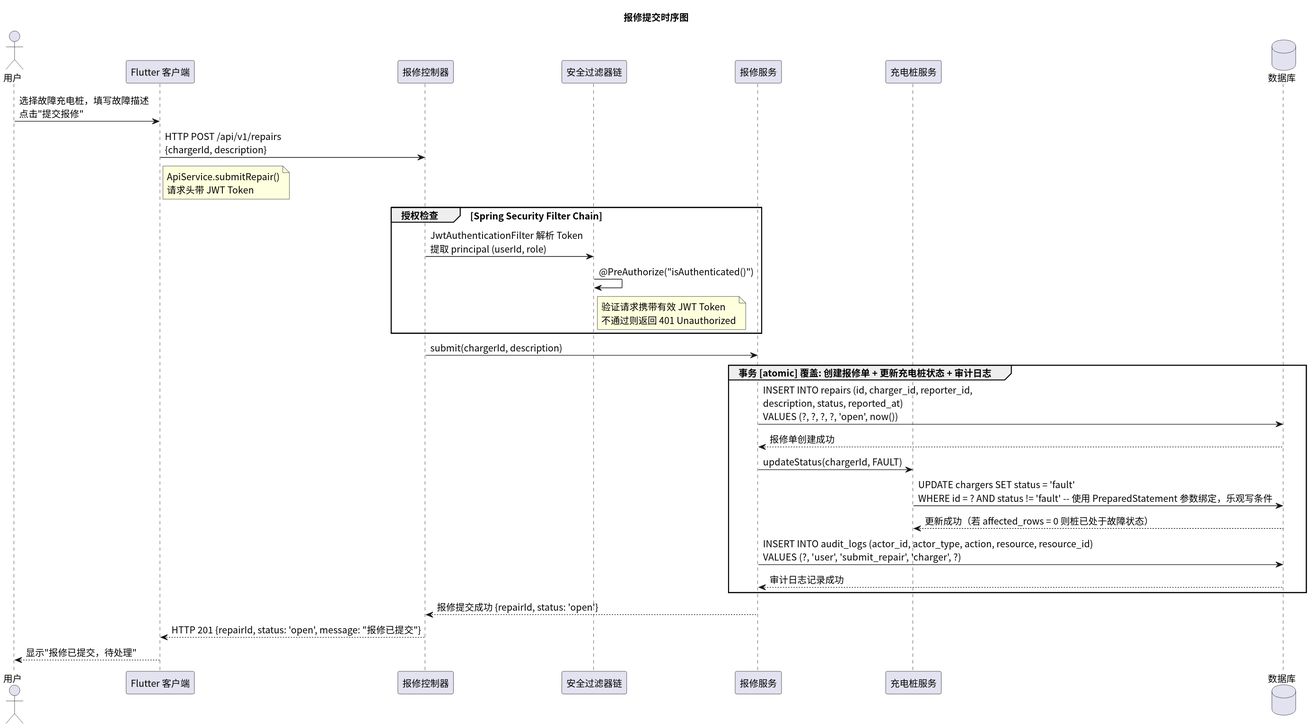
greenhandzdl/charging-station-doc keeps this PlantUML diagram as time/img/sequence_repair_submit.svg. Above is the earlier version.
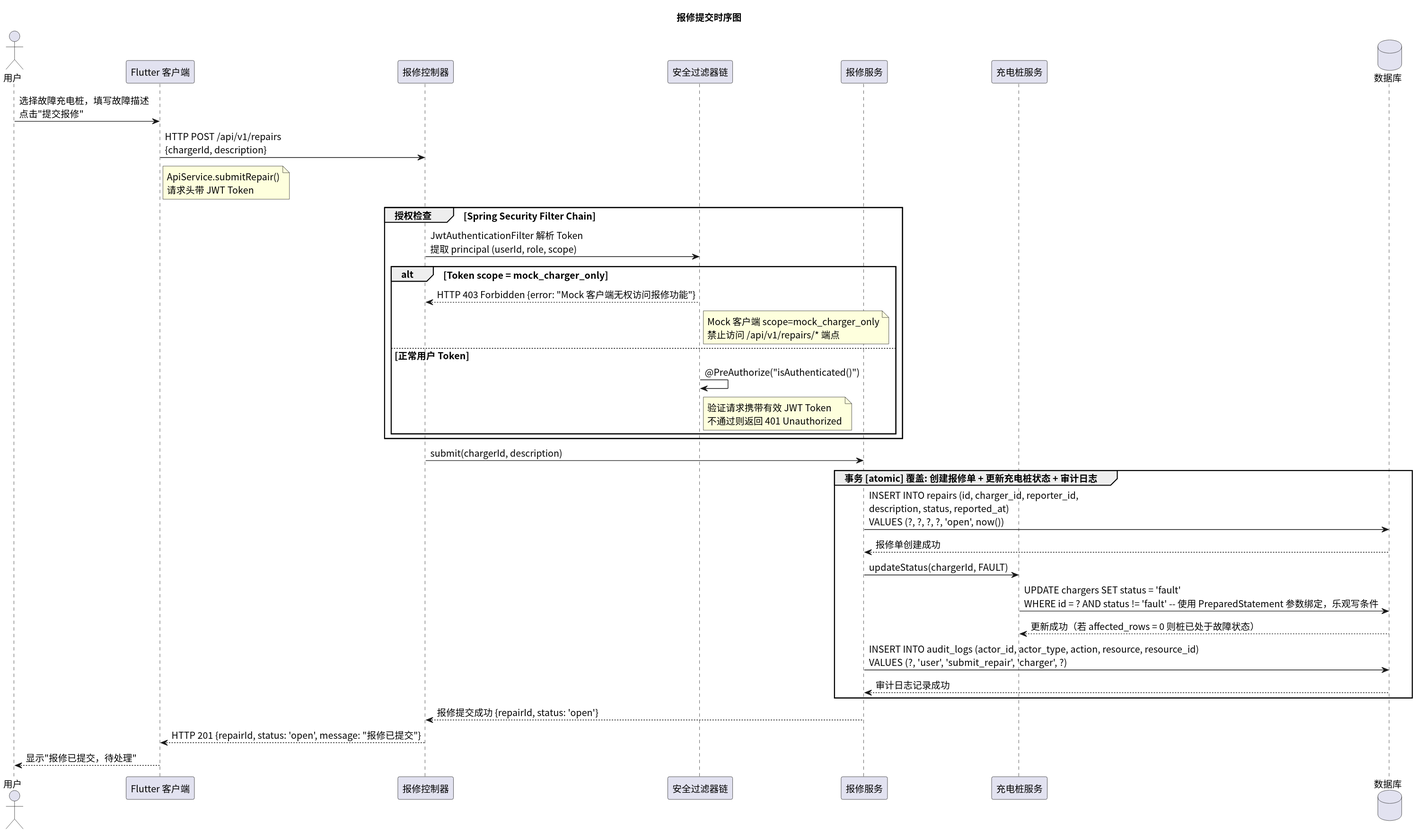
After the commit.

The edit, as a diff of the source:
```diff
@@ -16,10 +16,15 @@
 note right FE : ApiService.submitRepair()\n请求头带 JWT Token
 
 group 授权检查 [Spring Security Filter Chain]
-  Ctrl -> Security: JwtAuthenticationFilter 解析 Token\n提取 principal (userId, role)
+  Ctrl -> Security: JwtAuthenticationFilter 解析 Token\n提取 principal (userId, role, scope)
 
-  Security -> Security: @PreAuthorize("isAuthenticated()")
-  note right Security : 验证请求携带有效 JWT Token\n不通过则返回 401 Unauthorized
+  alt Token scope = mock_charger_only
+    Security --> Ctrl: HTTP 403 Forbidden {error: "Mock 客户端无权访问报修功能"}
+    note right Security : Mock 客户端 scope=mock_charger_only\n禁止访问 /api/v1/repairs/* 端点
+  else 正常用户 Token
+    Security -> Security: @PreAuthorize("isAuthenticated()")
+    note right Security : 验证请求携带有效 JWT Token\n不通过则返回 401 Unauthorized
+  end
 end
 
 Ctrl -> RS: submit(chargerId, description)
```
